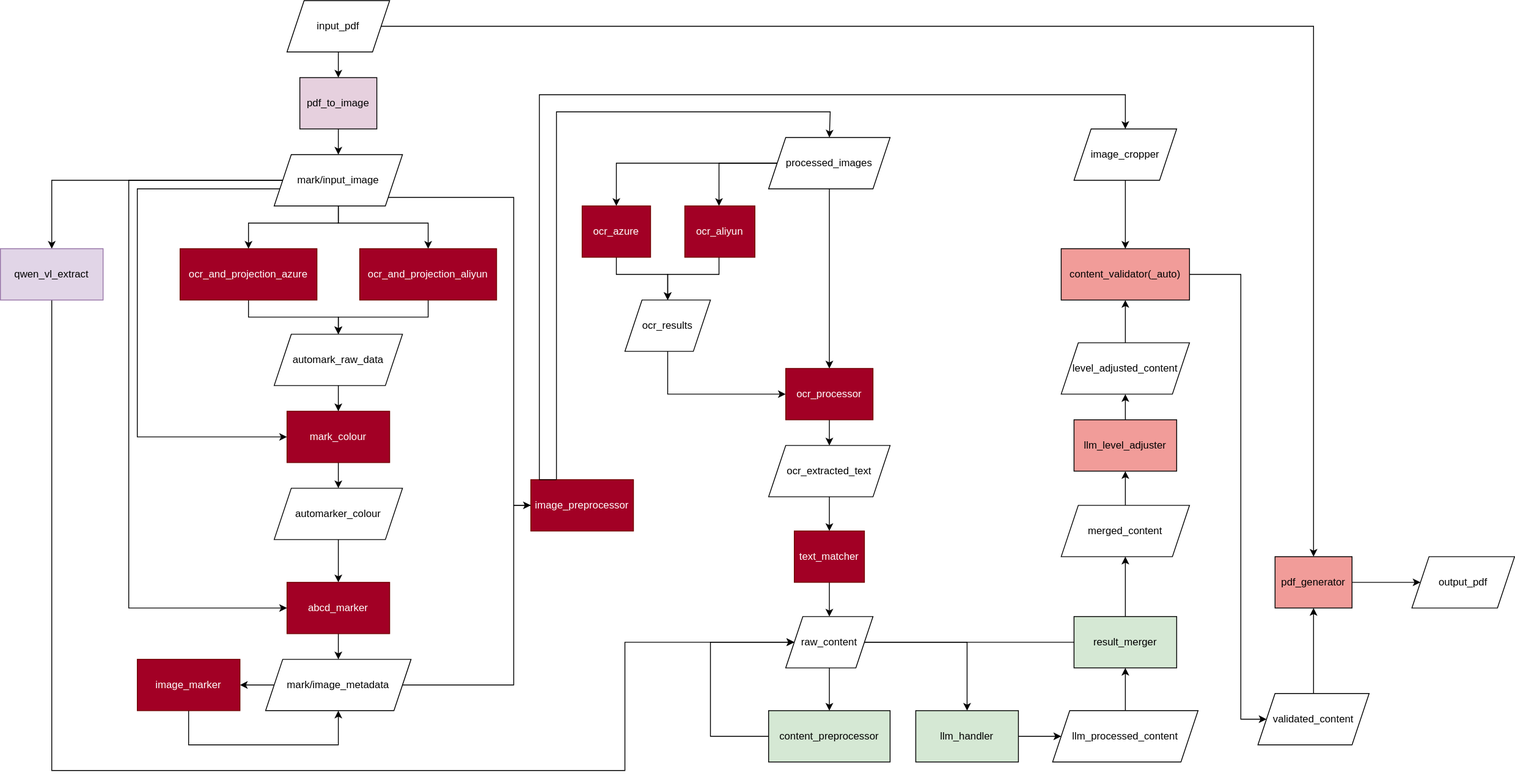
NatsUIJM/autoContents keeps this draw.io diagram as docs/数据关系传递.svg. Above is the earlier version. Source tidied: cells renumbered, new cells last; positions are measured from the earlier drawing's top-left corner, leaving out a move shared by most shapes.
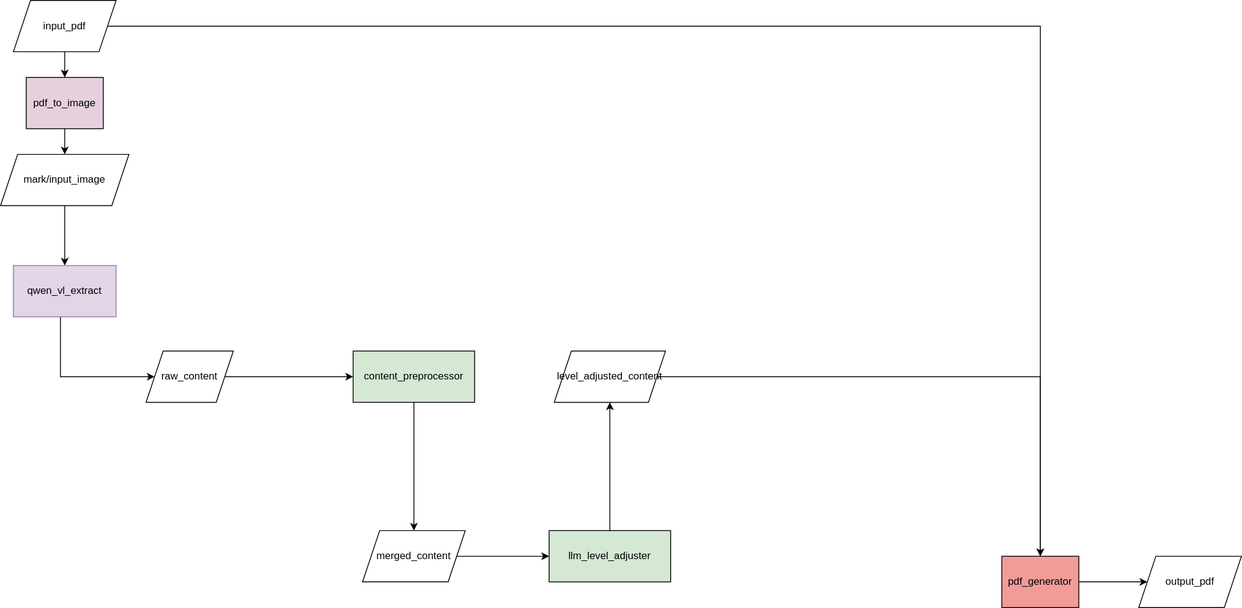
After the change.

Change to the diagram source:
```diff
@@ -11,47 +11,6 @@
     <mxCell id="4" value="input_pdf" style="shape=parallelogram;perimeter=parallelogramPerimeter;whiteSpace=wrap;html=1;fixedSize=1;" parent="1" vertex="1">
       <mxGeometry x="335" width="120" height="60" as="geometry" />
     </mxCell>
-    <mxCell id="5" style="edgeStyle=orthogonalEdgeStyle;rounded=0;jettySize=auto;html=1;entryX=0;entryY=0.5;entryDx=0;entryDy=0;" parent="1" edge="1" source="11">
-      <mxGeometry relative="1" as="geometry">
-        <mxPoint x="669" y="590" as="targetPoint" />
-        <Array as="points">
-          <mxPoint x="600" y="230" />
-          <mxPoint x="600" y="590" />
-        </Array>
-      </mxGeometry>
-    </mxCell>
-    <mxCell id="6" style="edgeStyle=orthogonalEdgeStyle;rounded=0;jettySize=auto;html=1;entryX=0.5;entryY=0;entryDx=0;entryDy=0;" parent="1" edge="1" source="11" target="72">
-      <mxGeometry relative="1" as="geometry">
-        <Array as="points">
-          <mxPoint x="395" y="260" />
-          <mxPoint x="290" y="260" />
-        </Array>
-      </mxGeometry>
-    </mxCell>
-    <mxCell id="7" style="edgeStyle=orthogonalEdgeStyle;rounded=0;jettySize=auto;html=1;entryX=0.5;entryY=0;entryDx=0;entryDy=0;" parent="1" edge="1" source="11" target="74">
-      <mxGeometry relative="1" as="geometry">
-        <Array as="points">
-          <mxPoint x="395" y="260" />
-          <mxPoint x="500" y="260" />
-        </Array>
-      </mxGeometry>
-    </mxCell>
-    <mxCell id="8" style="edgeStyle=orthogonalEdgeStyle;rounded=0;jettySize=auto;html=1;entryX=0;entryY=0.5;entryDx=0;entryDy=0;" parent="1" edge="1" source="11" target="70">
-      <mxGeometry relative="1" as="geometry">
-        <Array as="points">
-          <mxPoint x="150" y="210" />
-          <mxPoint x="150" y="710" />
-        </Array>
-      </mxGeometry>
-    </mxCell>
-    <mxCell id="9" style="edgeStyle=orthogonalEdgeStyle;rounded=0;jettySize=auto;html=1;entryX=0;entryY=0.5;entryDx=0;entryDy=0;" parent="1" edge="1" source="11" target="68">
-      <mxGeometry relative="1" as="geometry">
-        <Array as="points">
-          <mxPoint x="160" y="220" />
-          <mxPoint x="160" y="510" />
-        </Array>
-      </mxGeometry>
-    </mxCell>
     <mxCell id="10" style="edgeStyle=orthogonalEdgeStyle;rounded=0;jettySize=auto;html=1;" parent="1" edge="1" source="11" target="78">
       <mxGeometry relative="1" as="geometry" />
     </mxCell>
@@ -64,185 +23,18 @@
     <mxCell id="13" value="pdf_to_image" style="whiteSpace=wrap;html=1;fillColor=#E6D0DE;" parent="1" vertex="1">
       <mxGeometry x="350" y="90" width="90" height="60" as="geometry" />
     </mxCell>
-    <mxCell id="14" style="edgeStyle=orthogonalEdgeStyle;rounded=0;jettySize=auto;html=1;" parent="1" edge="1" source="16" target="20">
-      <mxGeometry relative="1" as="geometry">
-        <Array as="points">
-          <mxPoint x="600" y="800" />
-          <mxPoint x="600" y="590" />
-        </Array>
-      </mxGeometry>
-    </mxCell>
-    <mxCell id="15" style="edgeStyle=orthogonalEdgeStyle;rounded=0;jettySize=auto;html=1;" parent="1" edge="1" source="16" target="18">
-      <mxGeometry relative="1" as="geometry" />
-    </mxCell>
-    <mxCell id="16" value="mark/image_metadata" style="shape=parallelogram;perimeter=parallelogramPerimeter;whiteSpace=wrap;html=1;fixedSize=1;" parent="1" vertex="1">
-      <mxGeometry x="310" y="770" width="170" height="60" as="geometry" />
-    </mxCell>
-    <mxCell id="17" style="edgeStyle=orthogonalEdgeStyle;rounded=0;jettySize=auto;html=1;entryX=0.5;entryY=1;entryDx=0;entryDy=0;" parent="1" edge="1" source="18" target="16">
-      <mxGeometry relative="1" as="geometry">
-        <Array as="points">
-          <mxPoint x="220" y="870" />
-          <mxPoint x="395" y="870" />
-        </Array>
-      </mxGeometry>
-    </mxCell>
-    <mxCell id="18" value="image_marker" style="whiteSpace=wrap;html=1;fillColor=#a20025;fontColor=#ffffff;strokeColor=#6F0000;" parent="1" vertex="1">
-      <mxGeometry x="160" y="770" width="120" height="60" as="geometry" />
-    </mxCell>
-    <mxCell id="19" style="edgeStyle=orthogonalEdgeStyle;rounded=0;jettySize=auto;html=1;exitX=0.25;exitY=0;exitDx=0;exitDy=0;entryX=0.5;entryY=0;entryDx=0;entryDy=0;" parent="1" edge="1" source="20" target="24">
-      <mxGeometry relative="1" as="geometry">
-        <Array as="points">
-          <mxPoint x="650" y="130" />
-          <mxPoint x="970" y="130" />
-        </Array>
-      </mxGeometry>
-    </mxCell>
-    <mxCell id="20" value="image_preprocessor" style="whiteSpace=wrap;html=1;fillColor=#a20025;fontColor=#ffffff;strokeColor=#6F0000;" parent="1" vertex="1">
-      <mxGeometry x="620" y="560" width="120" height="60" as="geometry" />
-    </mxCell>
-    <mxCell id="21" style="edgeStyle=orthogonalEdgeStyle;rounded=0;jettySize=auto;html=1;entryX=0.5;entryY=0;entryDx=0;entryDy=0;" parent="1" edge="1" source="24" target="29">
-      <mxGeometry relative="1" as="geometry" />
-    </mxCell>
-    <mxCell id="22" style="edgeStyle=orthogonalEdgeStyle;rounded=0;jettySize=auto;html=1;" parent="1" edge="1" source="24" target="33">
-      <mxGeometry relative="1" as="geometry">
-        <Array as="points">
-          <mxPoint x="840" y="190" />
-        </Array>
-      </mxGeometry>
-    </mxCell>
-    <mxCell id="23" style="edgeStyle=orthogonalEdgeStyle;rounded=0;jettySize=auto;html=1;" parent="1" edge="1" source="24" target="35">
-      <mxGeometry relative="1" as="geometry" />
-    </mxCell>
-    <mxCell id="24" value="processed_images" style="shape=parallelogram;perimeter=parallelogramPerimeter;whiteSpace=wrap;html=1;fixedSize=1;" parent="1" vertex="1">
-      <mxGeometry x="898" y="160" width="142" height="60" as="geometry" />
-    </mxCell>
-    <mxCell id="25" style="edgeStyle=orthogonalEdgeStyle;rounded=0;jettySize=auto;html=1;entryX=0.5;entryY=0;entryDx=0;entryDy=0;" parent="1" edge="1" source="26" target="55">
-      <mxGeometry relative="1" as="geometry" />
-    </mxCell>
-    <mxCell id="26" value="image_cropper" style="shape=parallelogram;perimeter=parallelogramPerimeter;whiteSpace=wrap;html=1;fixedSize=1;" parent="1" vertex="1">
-      <mxGeometry x="1255" y="150" width="120" height="60" as="geometry" />
-    </mxCell>
-    <mxCell id="27" style="edgeStyle=orthogonalEdgeStyle;rounded=0;jettySize=auto;html=1;entryX=0.5;entryY=0;entryDx=0;entryDy=0;exitX=0.25;exitY=0;exitDx=0;exitDy=0;" parent="1" edge="1" source="20" target="26">
-      <mxGeometry relative="1" as="geometry">
-        <Array as="points">
-          <mxPoint x="630" y="560" />
-          <mxPoint x="630" y="110" />
-          <mxPoint x="1315" y="110" />
-        </Array>
-      </mxGeometry>
-    </mxCell>
-    <mxCell id="28" style="edgeStyle=orthogonalEdgeStyle;rounded=0;jettySize=auto;html=1;" parent="1" edge="1" source="29" target="31">
-      <mxGeometry relative="1" as="geometry">
-        <Array as="points">
-          <mxPoint x="720" y="320" />
-          <mxPoint x="780" y="320" />
-        </Array>
-      </mxGeometry>
-    </mxCell>
-    <mxCell id="29" value="ocr_azure" style="whiteSpace=wrap;html=1;fillColor=#a20025;fontColor=#ffffff;strokeColor=#6F0000;" parent="1" vertex="1">
-      <mxGeometry x="680" y="240" width="80" height="60" as="geometry" />
-    </mxCell>
-    <mxCell id="30" style="edgeStyle=orthogonalEdgeStyle;rounded=0;jettySize=auto;html=1;entryX=0;entryY=0.5;entryDx=0;entryDy=0;" parent="1" edge="1" source="31" target="35">
-      <mxGeometry relative="1" as="geometry">
-        <Array as="points">
-          <mxPoint x="780" y="460" />
-        </Array>
-      </mxGeometry>
-    </mxCell>
-    <mxCell id="31" value="ocr_results" style="shape=parallelogram;perimeter=parallelogramPerimeter;whiteSpace=wrap;html=1;fixedSize=1;" parent="1" vertex="1">
-      <mxGeometry x="730" y="350" width="100" height="60" as="geometry" />
-    </mxCell>
-    <mxCell id="32" style="edgeStyle=orthogonalEdgeStyle;rounded=0;jettySize=auto;html=1;entryX=0.5;entryY=0;entryDx=0;entryDy=0;" parent="1" edge="1" source="33" target="31">
-      <mxGeometry relative="1" as="geometry">
-        <Array as="points">
-          <mxPoint x="840" y="320" />
-          <mxPoint x="780" y="320" />
-        </Array>
-      </mxGeometry>
-    </mxCell>
-    <mxCell id="33" value="ocr_aliyun" style="whiteSpace=wrap;html=1;fillColor=#a20025;fontColor=#ffffff;strokeColor=#6F0000;" parent="1" vertex="1">
-      <mxGeometry x="800" y="240" width="82" height="60" as="geometry" />
-    </mxCell>
-    <mxCell id="34" style="edgeStyle=orthogonalEdgeStyle;rounded=0;jettySize=auto;html=1;" parent="1" edge="1" source="35" target="37">
-      <mxGeometry relative="1" as="geometry" />
-    </mxCell>
-    <mxCell id="35" value="ocr_processor" style="whiteSpace=wrap;html=1;fillColor=#a20025;fontColor=#ffffff;strokeColor=#6F0000;" parent="1" vertex="1">
-      <mxGeometry x="918" y="430" width="102" height="60" as="geometry" />
-    </mxCell>
-    <mxCell id="36" style="edgeStyle=orthogonalEdgeStyle;rounded=0;jettySize=auto;html=1;" parent="1" edge="1" source="37" target="39">
-      <mxGeometry relative="1" as="geometry" />
-    </mxCell>
-    <mxCell id="37" value="ocr_extracted_text" style="shape=parallelogram;perimeter=parallelogramPerimeter;whiteSpace=wrap;html=1;fixedSize=1;" parent="1" vertex="1">
-      <mxGeometry x="898" y="520" width="142" height="60" as="geometry" />
-    </mxCell>
-    <mxCell id="38" style="edgeStyle=orthogonalEdgeStyle;rounded=0;jettySize=auto;html=1;" parent="1" edge="1" source="39" target="43">
-      <mxGeometry relative="1" as="geometry" />
-    </mxCell>
-    <mxCell id="39" value="text_matcher" style="whiteSpace=wrap;html=1;fillColor=#a20025;fontColor=#ffffff;strokeColor=#6F0000;" parent="1" vertex="1">
-      <mxGeometry x="928" y="620" width="82" height="60" as="geometry" />
-    </mxCell>
-    <mxCell id="40" style="edgeStyle=orthogonalEdgeStyle;rounded=0;jettySize=auto;html=1;entryX=0.5;entryY=0;entryDx=0;entryDy=0;" parent="1" edge="1" source="43" target="45">
+    <mxCell id="40" style="edgeStyle=orthogonalEdgeStyle;rounded=0;jettySize=auto;html=1;" parent="1" edge="1" source="43" target="45">
       <mxGeometry relative="1" as="geometry" />
     </mxCell>
-    <mxCell id="41" style="edgeStyle=orthogonalEdgeStyle;rounded=0;jettySize=auto;html=1;" parent="1" edge="1" source="43" target="49">
-      <mxGeometry relative="1" as="geometry" />
-    </mxCell>
-    <mxCell id="42" style="edgeStyle=orthogonalEdgeStyle;rounded=0;jettySize=auto;html=1;entryX=0;entryY=0.5;entryDx=0;entryDy=0;" parent="1" edge="1" source="43" target="51">
-      <mxGeometry relative="1" as="geometry">
-        <Array as="points">
-          <mxPoint x="1325" y="750" />
-        </Array>
-      </mxGeometry>
-    </mxCell>
     <mxCell id="43" value="raw_content" style="shape=parallelogram;perimeter=parallelogramPerimeter;whiteSpace=wrap;html=1;fixedSize=1;" parent="1" vertex="1">
-      <mxGeometry x="918" y="720" width="102" height="60" as="geometry" />
+      <mxGeometry x="490" y="410" width="102" height="60" as="geometry" />
     </mxCell>
-    <mxCell id="44" style="edgeStyle=orthogonalEdgeStyle;rounded=0;jettySize=auto;html=1;entryX=0;entryY=0.5;entryDx=0;entryDy=0;" parent="1" edge="1" source="45" target="43">
-      <mxGeometry relative="1" as="geometry">
-        <Array as="points">
-          <mxPoint x="830" y="860" />
-          <mxPoint x="830" y="750" />
-        </Array>
-      </mxGeometry>
-    </mxCell>
+    <mxCell id="79" style="edgeStyle=orthogonalEdgeStyle;rounded=0;jettySize=auto;html=1;" parent="1" edge="1" source="45" target="53">
+      <mxGeometry relative="1" as="geometry" />
+    </mxCell>
     <mxCell id="45" value="content_preprocessor" style="whiteSpace=wrap;html=1;fillColor=#D5E8D4;" parent="1" vertex="1">
-      <mxGeometry x="898" y="830" width="142" height="60" as="geometry" />
+      <mxGeometry x="732" y="410" width="142" height="60" as="geometry" />
     </mxCell>
-    <mxCell id="46" style="edgeStyle=orthogonalEdgeStyle;rounded=0;jettySize=auto;html=1;" parent="1" edge="1" source="47" target="51">
-      <mxGeometry relative="1" as="geometry" />
-    </mxCell>
-    <mxCell id="47" value="llm_processed_content" style="shape=parallelogram;perimeter=parallelogramPerimeter;whiteSpace=wrap;html=1;fixedSize=1;" parent="1" vertex="1">
-      <mxGeometry x="1230" y="830" width="170" height="60" as="geometry" />
-    </mxCell>
-    <mxCell id="48" style="edgeStyle=orthogonalEdgeStyle;rounded=0;jettySize=auto;html=1;" parent="1" edge="1" source="49" target="47">
-      <mxGeometry relative="1" as="geometry" />
-    </mxCell>
-    <mxCell id="49" value="llm_handler" style="whiteSpace=wrap;html=1;fillColor=#D5E8D4;" parent="1" vertex="1">
-      <mxGeometry x="1070" y="830" width="120" height="60" as="geometry" />
-    </mxCell>
-    <mxCell id="50" style="edgeStyle=orthogonalEdgeStyle;rounded=0;jettySize=auto;html=1;" parent="1" edge="1" source="51" target="53">
-      <mxGeometry relative="1" as="geometry" />
-    </mxCell>
-    <mxCell id="51" value="result_merger" style="whiteSpace=wrap;html=1;fillColor=#D5E8D4;" parent="1" vertex="1">
-      <mxGeometry x="1255" y="720" width="120" height="60" as="geometry" />
-    </mxCell>
-    <mxCell id="52" style="edgeStyle=orthogonalEdgeStyle;rounded=0;jettySize=auto;html=1;" parent="1" edge="1" source="53" target="62">
-      <mxGeometry relative="1" as="geometry" />
-    </mxCell>
-    <mxCell id="53" value="merged_content" style="shape=parallelogram;perimeter=parallelogramPerimeter;whiteSpace=wrap;html=1;fixedSize=1;" parent="1" vertex="1">
-      <mxGeometry x="1240" y="590" width="150" height="60" as="geometry" />
-    </mxCell>
-    <mxCell id="54" style="edgeStyle=orthogonalEdgeStyle;rounded=0;jettySize=auto;html=1;entryX=0;entryY=0.5;entryDx=0;entryDy=0;" parent="1" edge="1" source="55" target="59">
-      <mxGeometry relative="1" as="geometry">
-        <Array as="points">
-          <mxPoint x="1450" y="320" />
-          <mxPoint x="1450" y="840" />
-        </Array>
-      </mxGeometry>
-    </mxCell>
-    <mxCell id="55" value="content_validator(_auto)" style="whiteSpace=wrap;html=1;fillColor=#F19C99;" parent="1" vertex="1">
-      <mxGeometry x="1240" y="290" width="150" height="60" as="geometry" />
-    </mxCell>
     <mxCell id="56" style="edgeStyle=orthogonalEdgeStyle;rounded=0;jettySize=auto;html=1;" parent="1" edge="1" source="57" target="60">
       <mxGeometry relative="1" as="geometry" />
     </mxCell>
@@ -252,81 +44,33 @@
     <mxCell id="58" style="edgeStyle=orthogonalEdgeStyle;rounded=0;jettySize=auto;html=1;" parent="1" edge="1" source="59" target="57">
       <mxGeometry relative="1" as="geometry" />
     </mxCell>
-    <mxCell id="59" value="validated_content" style="shape=parallelogram;perimeter=parallelogramPerimeter;whiteSpace=wrap;html=1;fixedSize=1;" parent="1" vertex="1">
-      <mxGeometry x="1470" y="810" width="130" height="60" as="geometry" />
+    <mxCell id="59" value="level_adjusted_content" style="shape=parallelogram;perimeter=parallelogramPerimeter;whiteSpace=wrap;html=1;fixedSize=1;" parent="1" vertex="1">
+      <mxGeometry x="967" y="410" width="130" height="60" as="geometry" />
     </mxCell>
     <mxCell id="60" value="output_pdf" style="shape=parallelogram;perimeter=parallelogramPerimeter;whiteSpace=wrap;html=1;fixedSize=1;" parent="1" vertex="1">
       <mxGeometry x="1650" y="650" width="120" height="60" as="geometry" />
     </mxCell>
-    <mxCell id="61" style="edgeStyle=orthogonalEdgeStyle;rounded=0;jettySize=auto;html=1;" parent="1" edge="1" source="62" target="64">
-      <mxGeometry relative="1" as="geometry" />
-    </mxCell>
-    <mxCell id="62" value="llm_level_adjuster" style="whiteSpace=wrap;html=1;fillColor=#F19C99;" parent="1" vertex="1">
-      <mxGeometry x="1255" y="490" width="120" height="60" as="geometry" />
-    </mxCell>
-    <mxCell id="63" style="edgeStyle=orthogonalEdgeStyle;rounded=0;jettySize=auto;html=1;" parent="1" edge="1" source="64" target="55">
-      <mxGeometry relative="1" as="geometry" />
-    </mxCell>
-    <mxCell id="64" value="level_adjusted_content" style="shape=parallelogram;perimeter=parallelogramPerimeter;whiteSpace=wrap;html=1;fixedSize=1;" parent="1" vertex="1">
-      <mxGeometry x="1240" y="400" width="150" height="60" as="geometry" />
-    </mxCell>
-    <mxCell id="65" style="edgeStyle=orthogonalEdgeStyle;rounded=0;jettySize=auto;html=1;" parent="1" edge="1" source="66" target="70">
-      <mxGeometry relative="1" as="geometry" />
-    </mxCell>
-    <mxCell id="66" value="automarker_colour" style="shape=parallelogram;perimeter=parallelogramPerimeter;whiteSpace=wrap;html=1;fixedSize=1;" parent="1" vertex="1">
-      <mxGeometry x="320" y="570" width="150" height="60" as="geometry" />
-    </mxCell>
-    <mxCell id="67" style="edgeStyle=orthogonalEdgeStyle;rounded=0;jettySize=auto;html=1;" parent="1" edge="1" source="68" target="66">
-      <mxGeometry relative="1" as="geometry" />
-    </mxCell>
-    <mxCell id="68" value="mark_colour" style="whiteSpace=wrap;html=1;fillColor=#a20025;fontColor=#ffffff;strokeColor=#6F0000;" parent="1" vertex="1">
-      <mxGeometry x="335" y="480" width="120" height="60" as="geometry" />
-    </mxCell>
-    <mxCell id="69" style="edgeStyle=orthogonalEdgeStyle;rounded=0;jettySize=auto;html=1;entryX=0.5;entryY=0;entryDx=0;entryDy=0;" parent="1" edge="1" source="70" target="16">
-      <mxGeometry relative="1" as="geometry" />
-    </mxCell>
-    <mxCell id="70" value="abcd_marker" style="whiteSpace=wrap;html=1;fillColor=#a20025;fontColor=#ffffff;strokeColor=#6F0000;" parent="1" vertex="1">
-      <mxGeometry x="335" y="680" width="120" height="60" as="geometry" />
-    </mxCell>
-    <mxCell id="71" style="edgeStyle=orthogonalEdgeStyle;rounded=0;jettySize=auto;html=1;entryX=0.5;entryY=0;entryDx=0;entryDy=0;" parent="1" edge="1" source="72" target="76">
-      <mxGeometry relative="1" as="geometry">
-        <Array as="points">
-          <mxPoint x="290" y="370" />
-          <mxPoint x="395" y="370" />
-        </Array>
-      </mxGeometry>
-    </mxCell>
-    <mxCell id="72" value="ocr_and_projection_azure" style="whiteSpace=wrap;html=1;fillColor=#a20025;fontColor=#ffffff;strokeColor=#6F0000;" parent="1" vertex="1">
-      <mxGeometry x="210" y="290" width="160" height="60" as="geometry" />
-    </mxCell>
-    <mxCell id="73" style="edgeStyle=orthogonalEdgeStyle;rounded=0;jettySize=auto;html=1;entryX=0.5;entryY=0;entryDx=0;entryDy=0;" parent="1" edge="1" source="74" target="76">
-      <mxGeometry relative="1" as="geometry">
-        <Array as="points">
-          <mxPoint x="500" y="370" />
-          <mxPoint x="395" y="370" />
-        </Array>
-      </mxGeometry>
-    </mxCell>
-    <mxCell id="74" value="ocr_and_projection_aliyun" style="whiteSpace=wrap;html=1;fillColor=#a20025;fontColor=#ffffff;strokeColor=#6F0000;" parent="1" vertex="1">
-      <mxGeometry x="420" y="290" width="160" height="60" as="geometry" />
-    </mxCell>
-    <mxCell id="75" style="edgeStyle=orthogonalEdgeStyle;rounded=0;jettySize=auto;html=1;" parent="1" edge="1" source="76" target="68">
-      <mxGeometry relative="1" as="geometry" />
-    </mxCell>
-    <mxCell id="76" value="automark_raw_data" style="shape=parallelogram;perimeter=parallelogramPerimeter;whiteSpace=wrap;html=1;fixedSize=1;" parent="1" vertex="1">
-      <mxGeometry x="320" y="390" width="150" height="60" as="geometry" />
-    </mxCell>
     <mxCell id="77" style="edgeStyle=orthogonalEdgeStyle;rounded=0;jettySize=auto;html=1;" parent="1" edge="1" source="78" target="43">
       <mxGeometry relative="1" as="geometry">
         <Array as="points">
-          <mxPoint x="60" y="900" />
-          <mxPoint x="730" y="900" />
-          <mxPoint x="730" y="750" />
+          <mxPoint x="390" y="440" />
         </Array>
       </mxGeometry>
     </mxCell>
     <mxCell id="78" value="qwen_vl_extract" style="whiteSpace=wrap;html=1;fillColor=#e1d5e7;strokeColor=#9673a6;" parent="1" vertex="1">
-      <mxGeometry y="290" width="120" height="60" as="geometry" />
+      <mxGeometry x="335" y="310" width="120" height="60" as="geometry" />
     </mxCell>
+    <mxCell id="52" style="edgeStyle=orthogonalEdgeStyle;rounded=0;jettySize=auto;html=1;" parent="1" edge="1" source="53" target="62">
+      <mxGeometry relative="1" as="geometry" />
+    </mxCell>
+    <mxCell id="53" value="merged_content" style="shape=parallelogram;perimeter=parallelogramPerimeter;whiteSpace=wrap;html=1;fixedSize=1;" parent="1" vertex="1">
+      <mxGeometry x="743" y="620" width="120" height="60" as="geometry" />
+    </mxCell>
+    <mxCell id="80" style="edgeStyle=orthogonalEdgeStyle;rounded=0;jettySize=auto;html=1;" parent="1" edge="1" source="62" target="59">
+      <mxGeometry relative="1" as="geometry" />
+    </mxCell>
+    <mxCell id="62" value="llm_level_adjuster" style="whiteSpace=wrap;html=1;fillColor=#D5E8D4;" parent="1" vertex="1">
+      <mxGeometry x="961" y="620" width="142" height="60" as="geometry" />
+    </mxCell>
   </root>
 </mxGraphModel>
```
